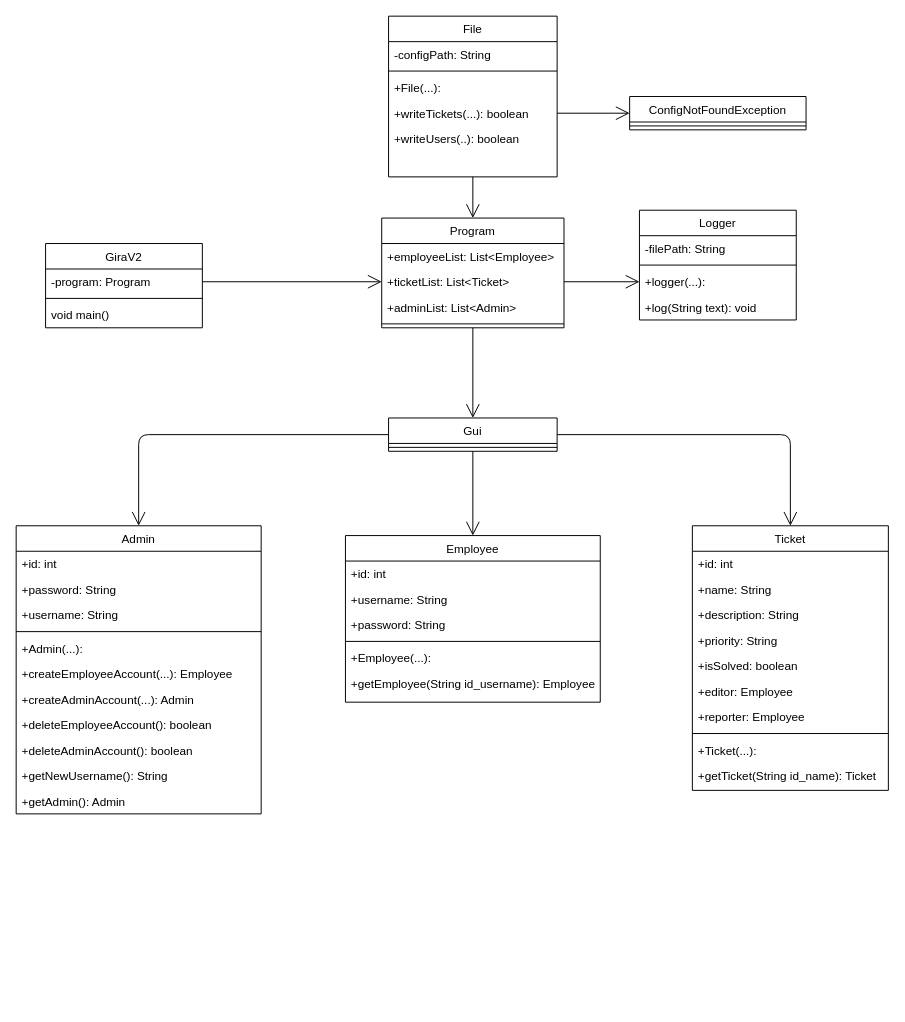
This is Documentation/Diagrams/Class Diagram/Class Diagram.drawio from baltermia/Gira-ConsoleV2, a draw.io file, before an edit. Source tidied: cells renumbered, new cells numbered last; positions are measured from the earlier drawing's top-left corner, leaving out a move shared by most shapes. Both pictures are drawn from the tidied source at 98%, with x=0, y=0 at pixel (16, 16).
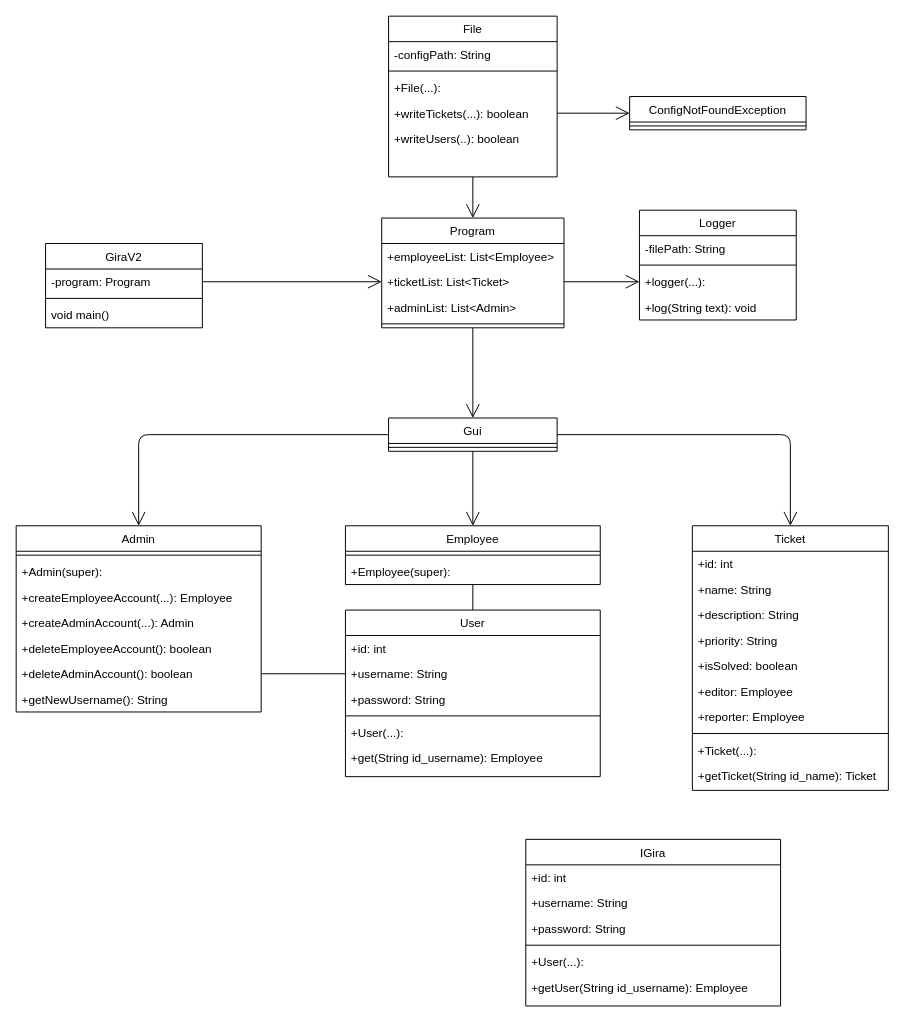
After the change.

The edit, as a diff of the source:
```diff
@@
     <mxCell id="2" value="Admin" style="swimlane;fontStyle=0;align=center;verticalAlign=top;horizontal=1;startSize=26;rounded=0;shadow=0;strokeWidth=1;" parent="1" vertex="1">
-      <mxGeometry y="520" width="250" height="294" as="geometry" />
+      <mxGeometry y="520" width="250" height="190" as="geometry" />
     </mxCell>
-    <mxCell id="3" value="+id: int" style="text;align=left;verticalAlign=top;spacingLeft=4;spacingRight=4;overflow=hidden;rounded=0;shadow=0;html=0;" parent="2" vertex="1">
-      <mxGeometry y="26" width="250" height="26" as="geometry" />
-    </mxCell>
-    <mxCell id="4" value="+password: String" style="text;align=left;verticalAlign=top;spacingLeft=4;spacingRight=4;overflow=hidden;rounded=0;shadow=0;html=0;" parent="2" vertex="1">
-      <mxGeometry y="52" width="250" height="26" as="geometry" />
-    </mxCell>
-    <mxCell id="5" value="+username: String" style="text;align=left;verticalAlign=top;spacingLeft=4;spacingRight=4;overflow=hidden;rounded=0;shadow=0;html=0;" parent="2" vertex="1">
-      <mxGeometry y="78" width="250" height="26" as="geometry" />
-    </mxCell>
     <mxCell id="6" style="line;html=1;strokeWidth=1;align=left;verticalAlign=middle;spacingTop=-1;spacingLeft=3;spacingRight=3;labelPosition=right;" parent="2" vertex="1">
-      <mxGeometry y="104" width="250" height="8" as="geometry" />
+      <mxGeometry y="26" width="250" height="8" as="geometry" />
     </mxCell>
-    <mxCell id="7" value="+Admin(...):" style="text;align=left;verticalAlign=top;spacingLeft=4;spacingRight=4;overflow=hidden;" parent="2" vertex="1">
-      <mxGeometry y="112" width="250" height="26" as="geometry" />
+    <mxCell id="7" value="+Admin(super):" style="text;align=left;verticalAlign=top;spacingLeft=4;spacingRight=4;overflow=hidden;" parent="2" vertex="1">
+      <mxGeometry y="34" width="250" height="26" as="geometry" />
     </mxCell>
     <mxCell id="8" value="+createEmployeeAccount(...): Employee" style="text;align=left;verticalAlign=top;spacingLeft=4;spacingRight=4;overflow=hidden;" parent="2" vertex="1">
-      <mxGeometry y="138" width="250" height="26" as="geometry" />
+      <mxGeometry y="60" width="250" height="26" as="geometry" />
     </mxCell>
     <mxCell id="9" value="+createAdminAccount(...): Admin" style="text;align=left;verticalAlign=top;spacingLeft=4;spacingRight=4;overflow=hidden;" parent="2" vertex="1">
-      <mxGeometry y="164" width="250" height="26" as="geometry" />
+      <mxGeometry y="86" width="250" height="26" as="geometry" />
     </mxCell>
     <mxCell id="10" value="+deleteEmployeeAccount(): boolean" style="text;align=left;verticalAlign=top;spacingLeft=4;spacingRight=4;overflow=hidden;" parent="2" vertex="1">
-      <mxGeometry y="190" width="250" height="26" as="geometry" />
+      <mxGeometry y="112" width="250" height="26" as="geometry" />
     </mxCell>
     <mxCell id="11" value="+deleteAdminAccount(): boolean" style="text;align=left;verticalAlign=top;spacingLeft=4;spacingRight=4;overflow=hidden;points=[[0,0.5],[1,0.5]];portConstraint=eastwest;" parent="2" vertex="1">
-      <mxGeometry y="216" width="250" height="26" as="geometry" />
+      <mxGeometry y="138" width="250" height="26" as="geometry" />
     </mxCell>
     <mxCell id="12" value="+getNewUsername(): String" style="text;align=left;verticalAlign=top;spacingLeft=4;spacingRight=4;overflow=hidden;" parent="2" vertex="1">
-      <mxGeometry y="242" width="250" height="26" as="geometry" />
+      <mxGeometry y="164" width="250" height="26" as="geometry" />
     </mxCell>
-    <mxCell id="13" value="+getAdmin(): Admin" style="text;align=left;verticalAlign=top;spacingLeft=4;spacingRight=4;overflow=hidden;" parent="2" vertex="1">
-      <mxGeometry y="268" width="250" height="26" as="geometry" />
-    </mxCell>
@@
     <mxCell id="18" value="Employee" style="swimlane;fontStyle=0;align=center;verticalAlign=top;horizontal=1;startSize=26;rounded=0;shadow=0;strokeWidth=1;" parent="1" vertex="1">
-      <mxGeometry x="336" y="530" width="260" height="170" as="geometry" />
+      <mxGeometry x="336" y="520" width="260" height="60" as="geometry" />
     </mxCell>
-    <mxCell id="19" value="+id: int" style="text;align=left;verticalAlign=top;spacingLeft=4;spacingRight=4;overflow=hidden;rounded=0;shadow=0;html=0;" parent="18" vertex="1">
-      <mxGeometry y="26" width="260" height="26" as="geometry" />
-    </mxCell>
-    <mxCell id="20" value="+username: String" style="text;align=left;verticalAlign=top;spacingLeft=4;spacingRight=4;overflow=hidden;rounded=0;shadow=0;html=0;" parent="18" vertex="1">
-      <mxGeometry y="52" width="260" height="26" as="geometry" />
-    </mxCell>
-    <mxCell id="21" value="+password: String" style="text;align=left;verticalAlign=top;spacingLeft=4;spacingRight=4;overflow=hidden;rounded=0;shadow=0;html=0;" parent="18" vertex="1">
-      <mxGeometry y="78" width="260" height="26" as="geometry" />
-    </mxCell>
     <mxCell id="22" style="line;html=1;strokeWidth=1;align=left;verticalAlign=middle;spacingTop=-1;spacingLeft=3;spacingRight=3;labelPosition=right;" parent="18" vertex="1">
-      <mxGeometry y="104" width="260" height="8" as="geometry" />
+      <mxGeometry y="26" width="260" height="8" as="geometry" />
     </mxCell>
-    <mxCell id="23" value="+Employee(...):" style="text;align=left;verticalAlign=top;spacingLeft=4;spacingRight=4;overflow=hidden;" parent="18" vertex="1">
-      <mxGeometry y="112" width="260" height="26" as="geometry" />
+    <mxCell id="23" value="+Employee(super):" style="text;align=left;verticalAlign=top;spacingLeft=4;spacingRight=4;overflow=hidden;" parent="18" vertex="1">
+      <mxGeometry y="34" width="260" height="26" as="geometry" />
     </mxCell>
-    <mxCell id="24" value="+getEmployee(String id_username): Employee" style="text;align=left;verticalAlign=top;spacingLeft=4;spacingRight=4;overflow=hidden;" parent="18" vertex="1">
-      <mxGeometry y="138" width="260" height="26" as="geometry" />
-    </mxCell>
@@
+    <mxCell id="64" value="User" style="swimlane;fontStyle=0;align=center;verticalAlign=top;horizontal=1;startSize=26;rounded=0;shadow=0;strokeWidth=1;" parent="1" vertex="1">
+      <mxGeometry x="336" y="606" width="260" height="170" as="geometry" />
+    </mxCell>
+    <mxCell id="65" value="+id: int" style="text;align=left;verticalAlign=top;spacingLeft=4;spacingRight=4;overflow=hidden;rounded=0;shadow=0;html=0;" parent="64" vertex="1">
+      <mxGeometry y="26" width="260" height="26" as="geometry" />
+    </mxCell>
+    <mxCell id="66" value="+username: String" style="text;align=left;verticalAlign=top;spacingLeft=4;spacingRight=4;overflow=hidden;points=[[0,0.5],[1,0.5]];portConstraint=eastwest;rounded=0;shadow=0;html=0;" parent="64" vertex="1">
+      <mxGeometry y="52" width="260" height="26" as="geometry" />
+    </mxCell>
+    <mxCell id="67" value="+password: String" style="text;align=left;verticalAlign=top;spacingLeft=4;spacingRight=4;overflow=hidden;rounded=0;shadow=0;html=0;" parent="64" vertex="1">
+      <mxGeometry y="78" width="260" height="26" as="geometry" />
+    </mxCell>
+    <mxCell id="68" style="line;html=1;strokeWidth=1;align=left;verticalAlign=middle;spacingTop=-1;spacingLeft=3;spacingRight=3;labelPosition=right;" parent="64" vertex="1">
+      <mxGeometry y="104" width="260" height="8" as="geometry" />
+    </mxCell>
+    <mxCell id="69" value="+User(...):" style="text;align=left;verticalAlign=top;spacingLeft=4;spacingRight=4;overflow=hidden;" parent="64" vertex="1">
+      <mxGeometry y="112" width="260" height="26" as="geometry" />
+    </mxCell>
+    <mxCell id="70" value="+get(String id_username): Employee" style="text;align=left;verticalAlign=top;spacingLeft=4;spacingRight=4;overflow=hidden;" parent="64" vertex="1">
+      <mxGeometry y="138" width="260" height="26" as="geometry" />
+    </mxCell>
+    <mxCell id="71" style="endArrow=none;html=1;exitX=0.5;exitY=1;exitDx=0;exitDy=0;entryX=0.5;entryY=0;entryDx=0;entryDy=0;" parent="1" edge="1" source="18" target="64">
+      <mxGeometry relative="1" as="geometry" />
+    </mxCell>
+    <mxCell id="72" value="IGira" style="swimlane;fontStyle=0;align=center;verticalAlign=top;horizontal=1;startSize=26;rounded=0;shadow=0;strokeWidth=1;" parent="1" vertex="1">
+      <mxGeometry x="520" y="840" width="260" height="170" as="geometry" />
+    </mxCell>
+    <mxCell id="73" value="+id: int" style="text;align=left;verticalAlign=top;spacingLeft=4;spacingRight=4;overflow=hidden;rounded=0;shadow=0;html=0;" parent="72" vertex="1">
+      <mxGeometry y="26" width="260" height="26" as="geometry" />
+    </mxCell>
+    <mxCell id="74" value="+username: String" style="text;align=left;verticalAlign=top;spacingLeft=4;spacingRight=4;overflow=hidden;rounded=0;shadow=0;html=0;" parent="72" vertex="1">
+      <mxGeometry y="52" width="260" height="26" as="geometry" />
+    </mxCell>
+    <mxCell id="75" value="+password: String" style="text;align=left;verticalAlign=top;spacingLeft=4;spacingRight=4;overflow=hidden;rounded=0;shadow=0;html=0;" parent="72" vertex="1">
+      <mxGeometry y="78" width="260" height="26" as="geometry" />
+    </mxCell>
+    <mxCell id="76" style="line;html=1;strokeWidth=1;align=left;verticalAlign=middle;spacingTop=-1;spacingLeft=3;spacingRight=3;labelPosition=right;" parent="72" vertex="1">
+      <mxGeometry y="104" width="260" height="8" as="geometry" />
+    </mxCell>
+    <mxCell id="77" value="+User(...):" style="text;align=left;verticalAlign=top;spacingLeft=4;spacingRight=4;overflow=hidden;" parent="72" vertex="1">
+      <mxGeometry y="112" width="260" height="26" as="geometry" />
+    </mxCell>
+    <mxCell id="78" value="+getUser(String id_username): Employee" style="text;align=left;verticalAlign=top;spacingLeft=4;spacingRight=4;overflow=hidden;" parent="72" vertex="1">
+      <mxGeometry y="138" width="260" height="26" as="geometry" />
+    </mxCell>
+    <mxCell id="79" style="endArrow=none;html=1;exitX=1;exitY=0.5;exitDx=0;exitDy=0;entryX=0;entryY=0.5;entryDx=0;entryDy=0;" parent="1" edge="1" source="11" target="66">
+      <mxGeometry relative="1" as="geometry" />
+    </mxCell>
```
